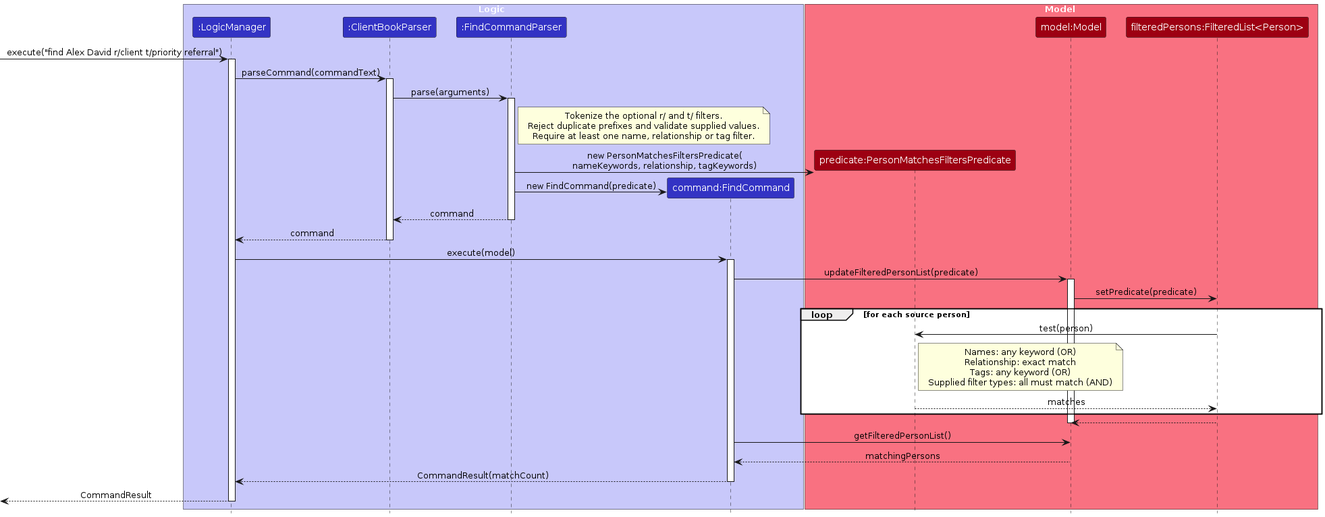
The PlantUML diagram diagrams/FindSequenceDiagram.png in AY2627S1-CS2103T-F14a-4/tp, before a commit. Its source is kept beside it as diagrams/FindSequenceDiagram.puml.
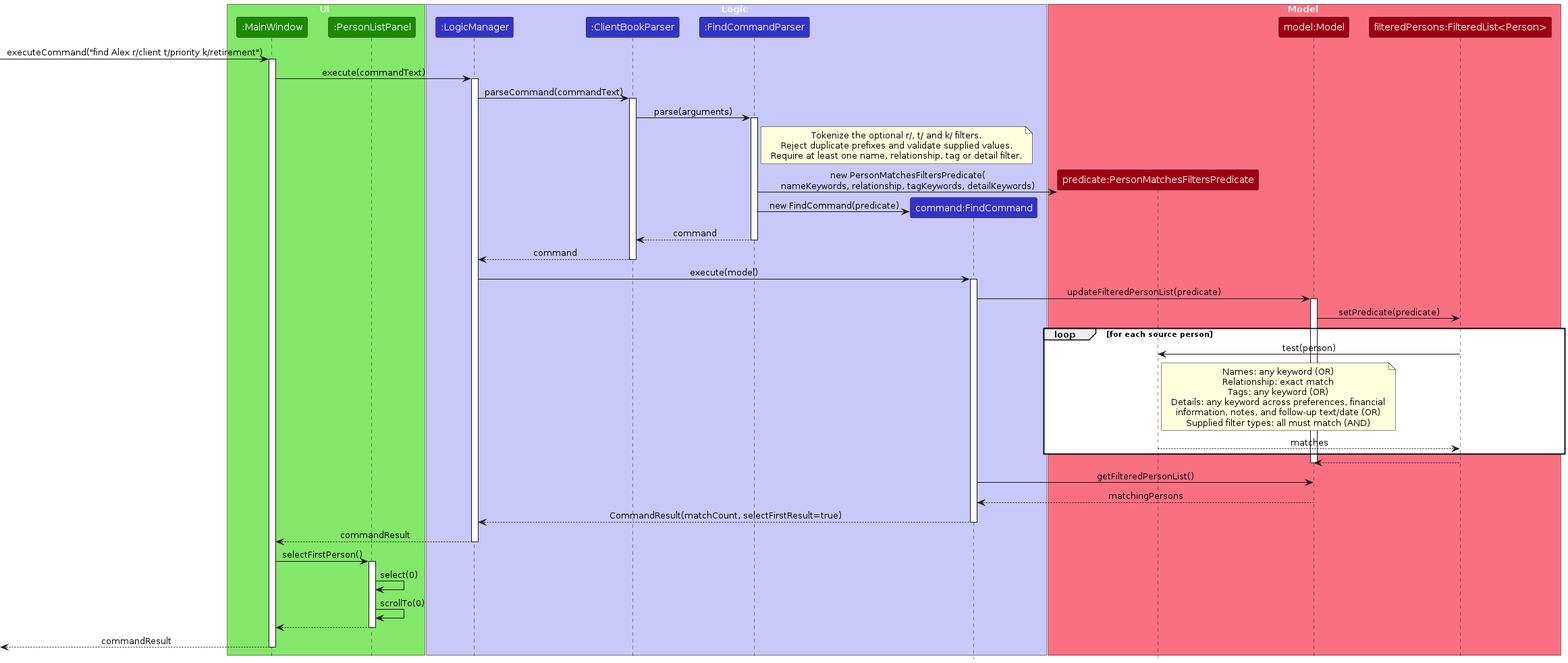
After the commit.

The edit, as a diff of the source:
```diff
@@ -1,6 +1,11 @@
 @startuml
 !include style.puml
 skinparam ArrowFontStyle plain
+
+box UI UI_COLOR_T1
+participant ":MainWindow" as MainWindow UI_COLOR
+participant ":PersonListPanel" as PersonListPanel UI_COLOR
+end box
 
 box Logic LOGIC_COLOR_T1
 participant ":LogicManager" as Logic LOGIC_COLOR
@@ -15,19 +20,21 @@
 participant "filteredPersons:FilteredList<Person>" as FilteredList MODEL_COLOR
 end box
 
-[-> Logic : execute("find Alex David r/client t/priority referral")
+[-> MainWindow : executeCommand("find Alex r/client t/priority k/retirement")
+activate MainWindow
+MainWindow -> Logic : execute(commandText)
 activate Logic
 Logic -> Parser : parseCommand(commandText)
 activate Parser
 Parser -> FindParser : parse(arguments)
 activate FindParser
 note right of FindParser
-Tokenize the optional r/ and t/ filters.
+Tokenize the optional r/, t/ and k/ filters.
 Reject duplicate prefixes and validate supplied values.
-Require at least one name, relationship or tag filter.
+Require at least one name, relationship, tag or detail filter.
 end note
 create Predicate
-FindParser -> Predicate : new PersonMatchesFiltersPredicate(\nnameKeywords, relationship, tagKeywords)
+FindParser -> Predicate : new PersonMatchesFiltersPredicate(\nnameKeywords, relationship, tagKeywords, detailKeywords)
 create Command
 FindParser -> Command : new FindCommand(predicate)
 FindParser --> Parser : command
@@ -45,6 +52,8 @@
     Names: any keyword (OR)
     Relationship: exact match
     Tags: any keyword (OR)
+    Details: any keyword across preferences, financial
+    information, notes, and follow-up text/date (OR)
     Supplied filter types: all must match (AND)
     end note
     Predicate --> FilteredList : matches
@@ -53,8 +62,16 @@
 deactivate Model
 Command -> Model : getFilteredPersonList()
 Model --> Command : matchingPersons
-Command --> Logic : CommandResult(matchCount)
+Command --> Logic : CommandResult(matchCount, selectFirstResult=true)
 deactivate Command
-[<-- Logic : CommandResult
+Logic --> MainWindow : commandResult
 deactivate Logic
+MainWindow -> PersonListPanel : selectFirstPerson()
+activate PersonListPanel
+PersonListPanel -> PersonListPanel : select(0)
+PersonListPanel -> PersonListPanel : scrollTo(0)
+PersonListPanel --> MainWindow
+deactivate PersonListPanel
+[<-- MainWindow : commandResult
+deactivate MainWindow
 @enduml
```
